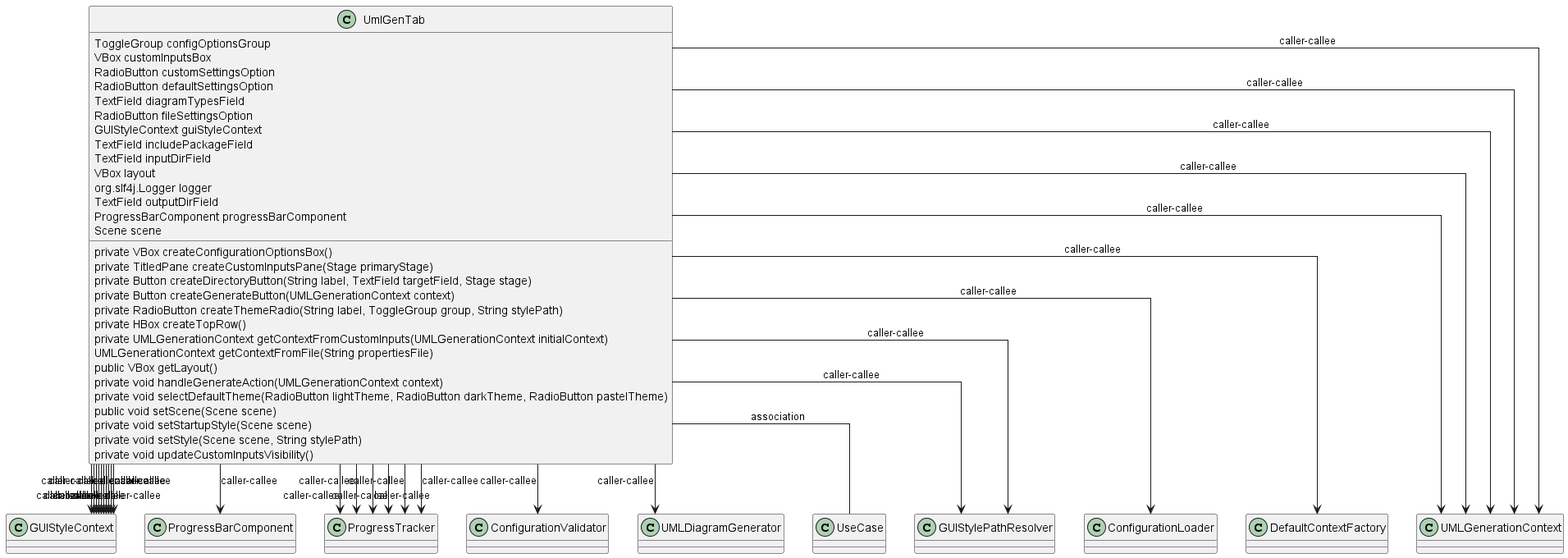
Before: javadoc/html/images/com_pjsoft_j2arch_gui_UmlGenTab.png, a diagram exported from PlantUML (jags-programming/j2arch).
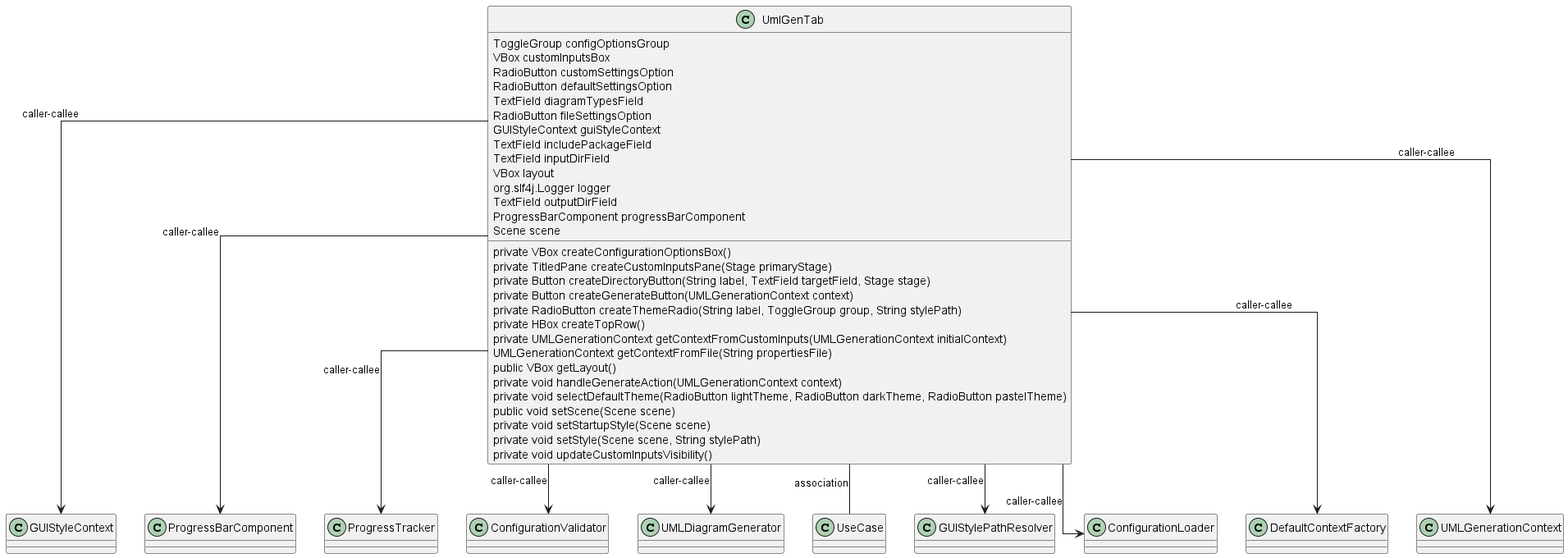
Later version of the same file.

Change to the diagram source:
```diff
@@ -32,32 +32,13 @@
     private void updateCustomInputsVisibility()
 }
 UmlGenTab --> GUIStyleContext : caller-callee
-UmlGenTab --> GUIStyleContext : caller-callee
-UmlGenTab --> GUIStyleContext : caller-callee
 UmlGenTab --> ProgressBarComponent : caller-callee
 UmlGenTab --> ProgressTracker : caller-callee
-UmlGenTab --> ProgressTracker : caller-callee
 UmlGenTab --> ConfigurationValidator : caller-callee
-UmlGenTab --> ProgressTracker : caller-callee
 UmlGenTab --> UMLDiagramGenerator : caller-callee
-UmlGenTab --> ProgressTracker : caller-callee
-UmlGenTab --> ProgressTracker : caller-callee
-UmlGenTab --> ProgressTracker : caller-callee
 UmlGenTab -- UseCase : association
-UmlGenTab --> GUIStyleContext : caller-callee
-UmlGenTab --> GUIStyleContext : caller-callee
 UmlGenTab --> GUIStylePathResolver : caller-callee
-UmlGenTab --> GUIStylePathResolver : caller-callee
-UmlGenTab --> GUIStyleContext : caller-callee
-UmlGenTab --> GUIStyleContext : caller-callee
-UmlGenTab --> GUIStyleContext : caller-callee
-UmlGenTab --> GUIStyleContext : caller-callee
-UmlGenTab --> GUIStyleContext : caller-callee
 UmlGenTab --> ConfigurationLoader : caller-callee
 UmlGenTab --> DefaultContextFactory : caller-callee
 UmlGenTab --> UMLGenerationContext : caller-callee
-UmlGenTab --> UMLGenerationContext : caller-callee
-UmlGenTab --> UMLGenerationContext : caller-callee
-UmlGenTab --> UMLGenerationContext : caller-callee
-UmlGenTab --> UMLGenerationContext : caller-callee
 @enduml
```
